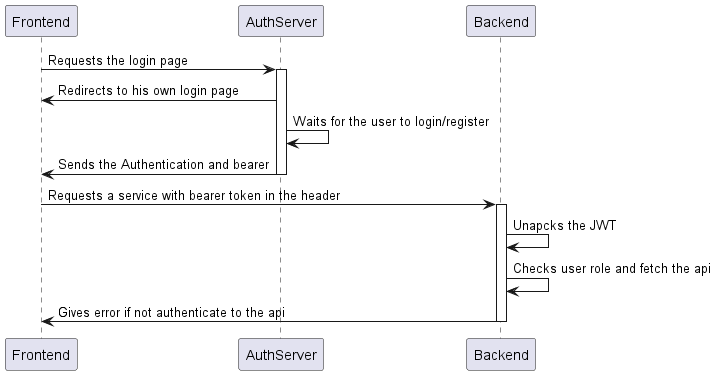
The PlantUML diagram docs/imgs/oauth.png in VitoSpritz/cloud-proj, before a commit.
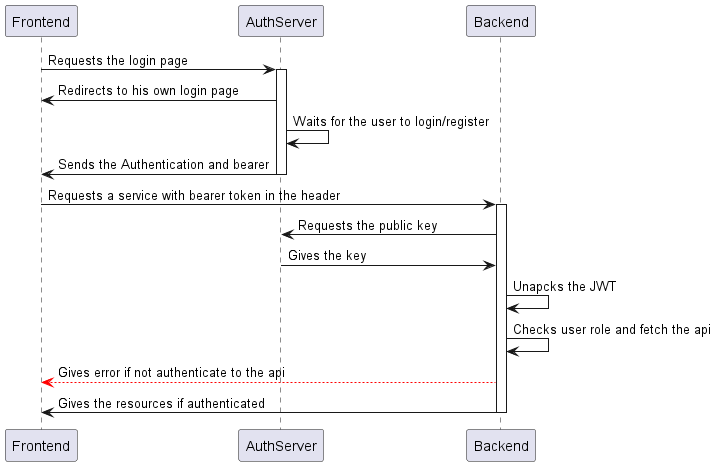
After the commit.

The edit, as a diff of the source:
```diff
@@ -1,4 +1,4 @@
-@startuml sequence
+@startuml oauth
 Frontend -> AuthServer: Requests the login page
 activate AuthServer
 AuthServer -> Frontend: Redirects to his own login page
@@ -7,8 +7,11 @@
 deactivate AuthServer
 Frontend -> Backend: Requests a service with bearer token in the header
 activate Backend
+Backend -> AuthServer: Requests the public key
+AuthServer -> Backend: Gives the key
 Backend -> Backend: Unapcks the JWT
 Backend -> Backend: Checks user role and fetch the api
-Backend -> Frontend: Gives error if not authenticate to the api
+Backend -[#red]-> Frontend: Gives error if not authenticate to the api
+Backend -> Frontend: Gives the resources if authenticated
 deactivate Backend
 @enduml
```
